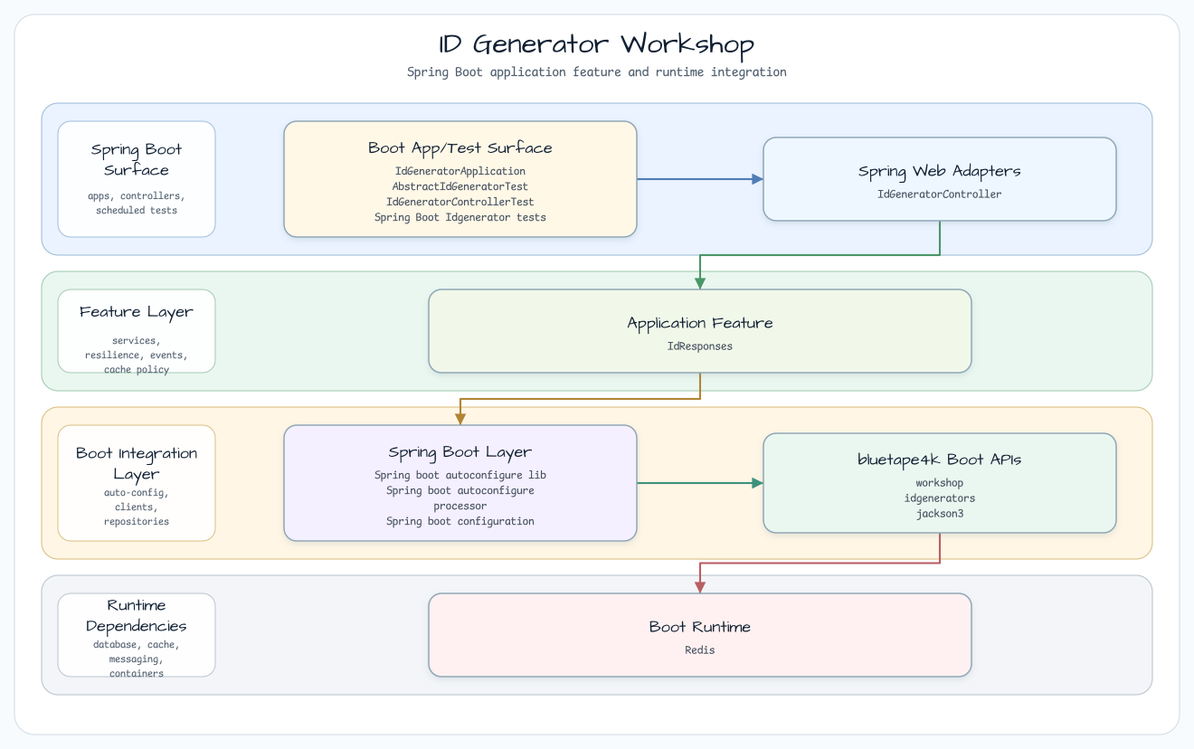
Before: docs/images/readme-diagrams/spring-boot-idgenerator-readme-architecture-01.png, a diagram exported from Graphviz (bluetape4k/bluetape4k-workshop). Its source is kept beside it as docs/images/readme-diagrams/spring-boot-idgenerator-readme-architecture-01.dot.
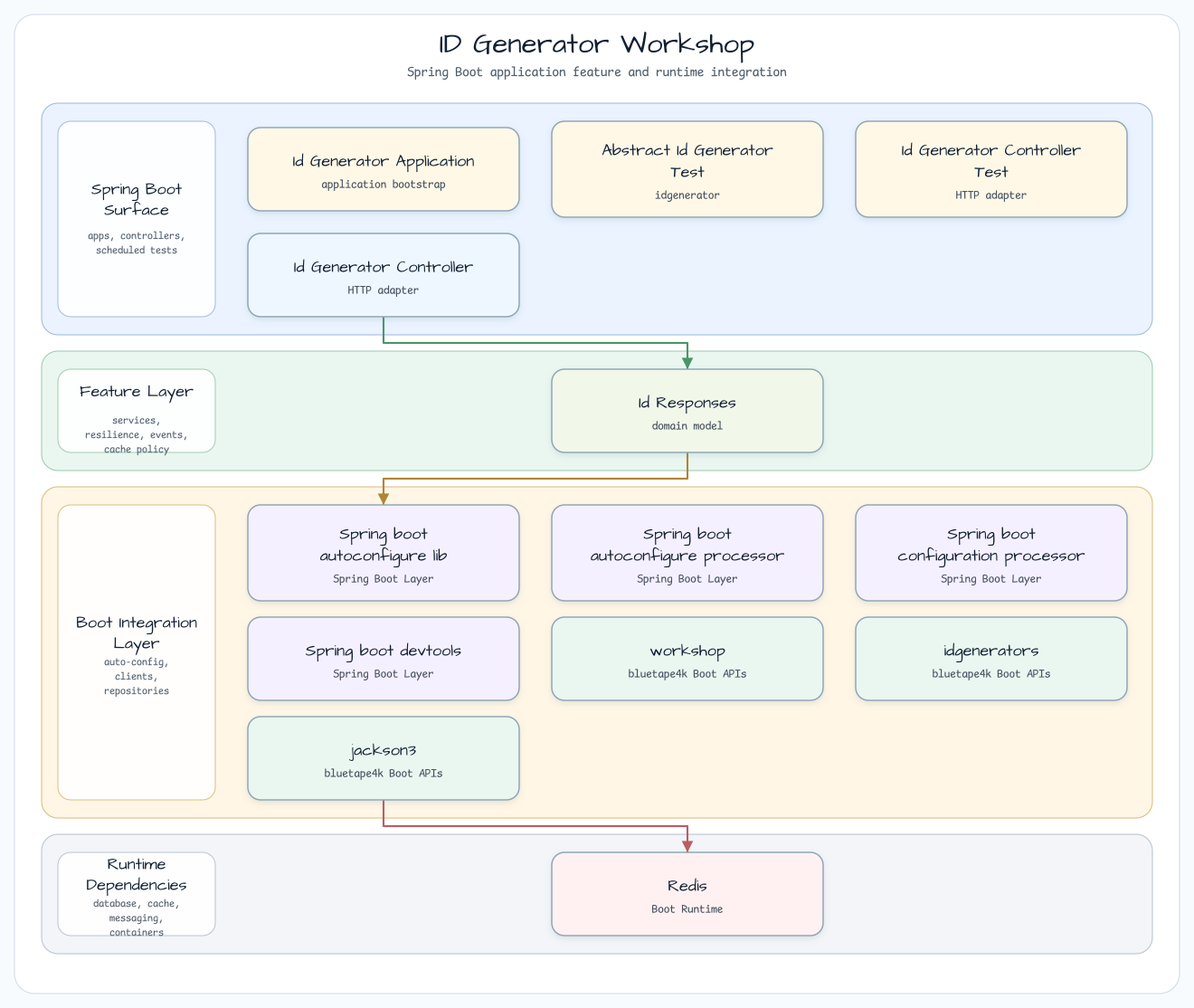
The same diagram one commit later.

Diff of the diagram source:
```diff
@@ -26,16 +26,21 @@
     fontsize=11
   ];
 
-  entry [label="Boot App/Test Surface\nIdGeneratorApplication\nAbstractIdGeneratorTest\nIdGeneratorControllerTest\nSpring Boot Idgenerator tests", fillcolor="#FFF8E7"];
-  api [label="Spring Web Adapters\nIdGeneratorController", fillcolor="#EEF7FF"];
-  service [label="Application Feature\nIdResponses", fillcolor="#F1F8E9"];
-  infra [label="Spring Boot Layer\nSpring boot autoconfigure lib\nSpring boot autoconfigure\nprocessor\nSpring boot configuration", fillcolor="#F5F0FF"];
-  bt [label="bluetape4k Boot APIs\nworkshop\nidgenerators\njackson3", fillcolor="#EAF7F0"];
-  runtime [label="Boot Runtime\nRedis", fillcolor="#FFF1F1"];
+  entry0 [label="Id Generator Application\napplication bootstrap", fillcolor="#FFF8E7"];
+  entry1 [label="Abstract Id Generator Test\nidgenerator", fillcolor="#FFF8E7"];
+  entry2 [label="Id Generator Controller Test\nHTTP adapter", fillcolor="#FFF8E7"];
+  api0 [label="Id Generator Controller\nHTTP adapter", fillcolor="#EEF7FF"];
+  service0 [label="Id Responses\ndomain model", fillcolor="#F1F8E9"];
+  infra0 [label="Spring boot autoconfigure lib\nSpring Boot Layer", fillcolor="#F5F0FF"];
+  infra1 [label="Spring boot autoconfigure processor\nSpring Boot Layer", fillcolor="#F5F0FF"];
+  infra2 [label="Spring boot configuration processor\nSpring Boot Layer", fillcolor="#F5F0FF"];
+  infra3 [label="Spring boot devtools\nSpring Boot Layer", fillcolor="#F5F0FF"];
+  bt0 [label="workshop\nbluetape4k Boot APIs", fillcolor="#EAF7F0"];
+  bt1 [label="idgenerators\nbluetape4k Boot APIs", fillcolor="#EAF7F0"];
+  bt2 [label="jackson3\nbluetape4k Boot APIs", fillcolor="#EAF7F0"];
+  runtime0 [label="Redis\nBoot Runtime", fillcolor="#FFF1F1"];
 
-  entry -> api [label="invokes"];
-  api -> service [label="delegates"];
-  service -> infra [label="persists / publishes"];
-  infra -> bt [label="extends"];
-  bt -> runtime [label="adapts"];
+  api0 -> service0 [label="delegates"];
+  service0 -> infra0 [label="persists / publishes"];
+  bt2 -> runtime0 [label="adapts"];
 }
```
